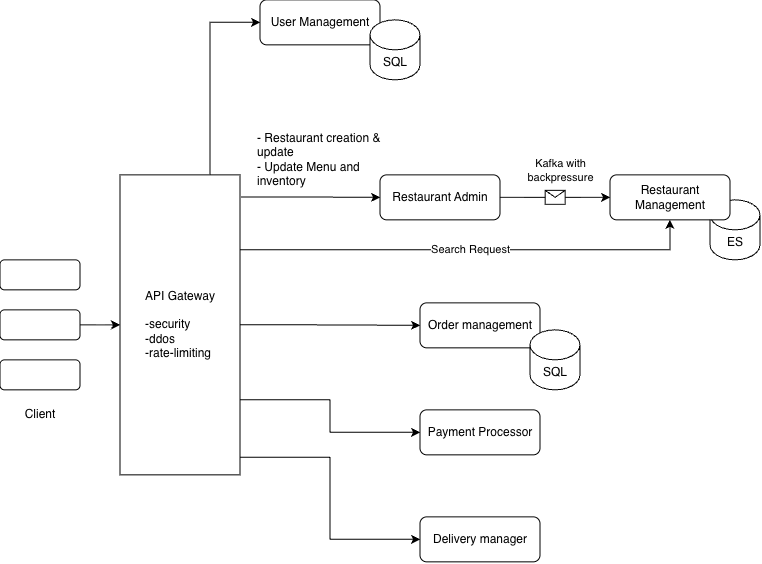
Before: HLD-drawings/swiggy.drawio.png, a diagram exported from draw.io (harirehm/draw.io). Source tidied: cells renumbered, new cells last; positions are measured from the earlier drawing's top-left corner, leaving out a move shared by most shapes.
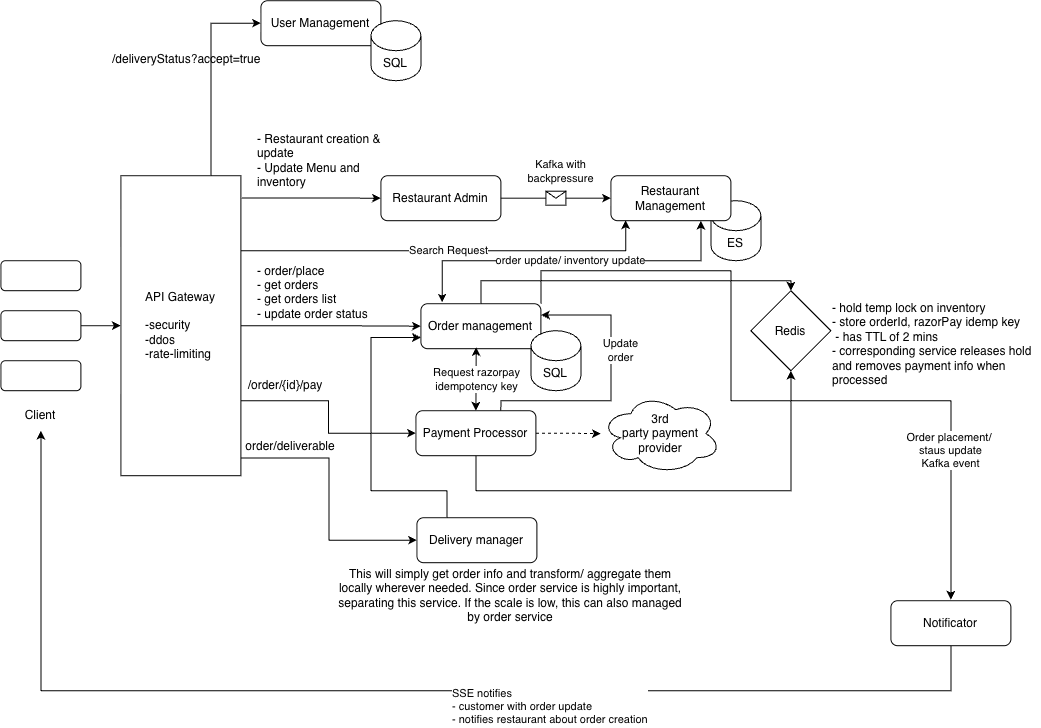
After the change.

Change to the diagram source:
```diff
@@ -32,7 +32,7 @@
     <mxCell id="11" style="edgeStyle=orthogonalEdgeStyle;rounded=0;jettySize=auto;html=1;exitX=0.75;exitY=0;exitDx=0;exitDy=0;entryX=0;entryY=0.5;entryDx=0;entryDy=0;" parent="1" edge="1" source="13" target="21">
       <mxGeometry relative="1" as="geometry" />
     </mxCell>
-    <mxCell id="12" value="Search Request" style="edgeStyle=orthogonalEdgeStyle;rounded=0;jettySize=auto;html=1;exitX=1;exitY=0.25;exitDx=0;exitDy=0;entryX=0.5;entryY=1;entryDx=0;entryDy=0;" parent="1" edge="1" source="13" target="23">
+    <mxCell id="12" value="Search Request" style="edgeStyle=orthogonalEdgeStyle;rounded=0;jettySize=auto;html=1;exitX=1;exitY=0.25;exitDx=0;exitDy=0;entryX=0.124;entryY=0.989;entryDx=0;entryDy=0;entryPerimeter=0;" parent="1" edge="1" source="13" target="23">
       <mxGeometry relative="1" as="geometry" />
     </mxCell>
     <mxCell id="13" value="API Gateway&lt;div&gt;&lt;br&gt;&lt;/div&gt;&lt;div style=&quot;text-align: left;&quot;&gt;-security&lt;/div&gt;&lt;div style=&quot;text-align: left;&quot;&gt;-ddos&lt;/div&gt;&lt;div style=&quot;text-align: left;&quot;&gt;-rate-limiting&lt;/div&gt;" style="rounded=0;whiteSpace=wrap;html=1;" parent="1" vertex="1">
@@ -47,14 +47,59 @@
     <mxCell id="16" value="- Restaurant creation &amp;amp;&amp;nbsp;&lt;br&gt;update&lt;div&gt;- Update Menu and inventory&lt;/div&gt;" style="text;html=1;whiteSpace=wrap;strokeColor=none;fillColor=none;align=left;verticalAlign=top;rounded=0;" parent="1" vertex="1">
       <mxGeometry x="255" y="125" width="150" height="75" as="geometry" />
     </mxCell>
+    <mxCell id="26" style="edgeStyle=orthogonalEdgeStyle;rounded=0;jettySize=auto;html=1;exitX=0.5;exitY=0;exitDx=0;exitDy=0;entryX=0.5;entryY=0;entryDx=0;entryDy=0;" parent="1" edge="1" source="17" target="36">
+      <mxGeometry relative="1" as="geometry">
+        <Array as="points">
+          <mxPoint x="480" y="280.1" />
+          <mxPoint x="790" y="280.1" />
+        </Array>
+      </mxGeometry>
+    </mxCell>
+    <mxCell id="27" value="order update/ inventory update" style="edgeStyle=orthogonalEdgeStyle;rounded=0;jettySize=auto;html=1;exitX=0.177;exitY=-0.025;exitDx=0;exitDy=0;entryX=0.75;entryY=1;entryDx=0;entryDy=0;startArrow=classic;startFill=1;exitPerimeter=0;" parent="1" edge="1" source="17" target="23">
+      <mxGeometry relative="1" as="geometry">
+        <Array as="points">
+          <mxPoint x="441.2" y="260.1" />
+          <mxPoint x="700" y="260.1" />
+        </Array>
+      </mxGeometry>
+    </mxCell>
     <mxCell id="17" value="Order management" style="rounded=1;whiteSpace=wrap;html=1;" parent="1" vertex="1">
       <mxGeometry x="420" y="303" width="120" height="45" as="geometry" />
     </mxCell>
+    <mxCell id="28" style="edgeStyle=orthogonalEdgeStyle;rounded=0;jettySize=auto;html=1;dashed=1;" parent="1" edge="1" source="18" target="33">
+      <mxGeometry relative="1" as="geometry" />
+    </mxCell>
+    <mxCell id="29" value="Update&lt;br&gt;order" style="edgeStyle=orthogonalEdgeStyle;rounded=0;jettySize=auto;html=1;exitX=0.708;exitY=0;exitDx=0;exitDy=0;entryX=1;entryY=0.25;entryDx=0;entryDy=0;exitPerimeter=0;" parent="1" edge="1" source="18" target="17">
+      <mxGeometry x="0.23" y="-10" relative="1" as="geometry">
+        <Array as="points">
+          <mxPoint x="500" y="400" />
+          <mxPoint x="610" y="400" />
+          <mxPoint x="610" y="314.3" />
+        </Array>
+      </mxGeometry>
+    </mxCell>
+    <mxCell id="30" style="edgeStyle=orthogonalEdgeStyle;rounded=0;jettySize=auto;html=1;exitX=0.5;exitY=1;exitDx=0;exitDy=0;entryX=0.5;entryY=1;entryDx=0;entryDy=0;" parent="1" edge="1" source="18" target="36">
+      <mxGeometry relative="1" as="geometry">
+        <Array as="points">
+          <mxPoint x="475" y="490" />
+          <mxPoint x="790" y="490" />
+        </Array>
+      </mxGeometry>
+    </mxCell>
     <mxCell id="18" value="Payment Processor" style="rounded=1;whiteSpace=wrap;html=1;" parent="1" vertex="1">
-      <mxGeometry x="420" y="410" width="120" height="45" as="geometry" />
+      <mxGeometry x="415" y="410" width="120" height="45" as="geometry" />
     </mxCell>
+    <mxCell id="31" style="edgeStyle=orthogonalEdgeStyle;rounded=0;jettySize=auto;html=1;exitX=0.25;exitY=0;exitDx=0;exitDy=0;entryX=0;entryY=0.75;entryDx=0;entryDy=0;" parent="1" edge="1" source="19" target="17">
+      <mxGeometry relative="1" as="geometry">
+        <Array as="points">
+          <mxPoint x="446" y="490" />
+          <mxPoint x="370" y="490" />
+          <mxPoint x="370" y="336.8" />
+        </Array>
+      </mxGeometry>
+    </mxCell>
     <mxCell id="19" value="Delivery manager" style="rounded=1;whiteSpace=wrap;html=1;" parent="1" vertex="1">
-      <mxGeometry x="420" y="517" width="120" height="45" as="geometry" />
+      <mxGeometry x="416" y="517" width="120" height="45" as="geometry" />
     </mxCell>
     <mxCell id="20" value="SQL" style="shape=cylinder3;whiteSpace=wrap;html=1;boundedLbl=1;backgroundOutline=1;size=15;" parent="1" vertex="1">
       <mxGeometry x="530" y="330" width="50" height="60" as="geometry" />
@@ -78,5 +123,54 @@
         <mxPoint x="-10" y="-7" as="offset" />
       </mxGeometry>
     </mxCell>
+    <mxCell id="32" value="Request razorpay&lt;div&gt;idempotency key&lt;/div&gt;" style="endArrow=classic;startArrow=classic;html=1;rounded=0;entryX=0.461;entryY=0.965;entryDx=0;entryDy=0;entryPerimeter=0;exitX=0.5;exitY=0;exitDx=0;exitDy=0;" parent="1" edge="1" source="18" target="17">
+      <mxGeometry relative="1" as="geometry" />
+    </mxCell>
+    <mxCell id="33" value="3rd&lt;div&gt;party payment&lt;/div&gt;&lt;div&gt;provider&lt;/div&gt;" style="ellipse;shape=cloud;whiteSpace=wrap;html=1;" parent="1" vertex="1">
+      <mxGeometry x="600" y="393" width="120" height="80" as="geometry" />
+    </mxCell>
+    <mxCell id="34" value="- order/place&lt;div&gt;- get orders&lt;/div&gt;&lt;div&gt;- get orders list&lt;/div&gt;&lt;div&gt;- update order status&lt;/div&gt;&lt;div&gt;&lt;br&gt;&lt;/div&gt;" style="text;html=1;whiteSpace=wrap;strokeColor=none;fillColor=none;align=left;verticalAlign=middle;rounded=0;" parent="1" vertex="1">
+      <mxGeometry x="255" y="280" width="120" height="37" as="geometry" />
+    </mxCell>
+    <mxCell id="35" value="/order/{id}/pay" style="text;html=1;whiteSpace=wrap;strokeColor=none;fillColor=none;align=center;verticalAlign=middle;rounded=0;" parent="1" vertex="1">
+      <mxGeometry x="255" y="370" width="60" height="30" as="geometry" />
+    </mxCell>
+    <mxCell id="36" value="Redis" style="rhombus;whiteSpace=wrap;html=1;shapeInside=1;" parent="1" vertex="1">
+      <mxGeometry x="750" y="290" width="80" height="80" as="geometry" />
+    </mxCell>
+    <mxCell id="37" value="- hold temp lock on inventory&lt;div&gt;- store orderId, razorPay idemp key&lt;/div&gt;&lt;div&gt;&amp;nbsp;- has TTL of 2 mins&lt;/div&gt;&lt;div&gt;- corresponding service releases hold and removes payment info when processed&lt;/div&gt;" style="text;html=1;whiteSpace=wrap;strokeColor=none;fillColor=none;align=left;verticalAlign=top;rounded=0;" parent="1" vertex="1">
+      <mxGeometry x="830" y="293.5" width="210" height="106.5" as="geometry" />
+    </mxCell>
+    <mxCell id="38" value="&lt;div style=&quot;&quot;&gt;&lt;span style=&quot;font-family: Aptos, sans-serif; background-color: transparent; color: light-dark(rgb(0, 0, 0), rgb(255, 255, 255));&quot;&gt;/deliveryStatus?accept=true&lt;/span&gt;&lt;/div&gt;&lt;div style=&quot;&quot;&gt;&lt;br&gt;&lt;/div&gt;&lt;span style=&quot;font-size: medium;&quot;&gt;&lt;/span&gt;" style="text;html=1;whiteSpace=wrap;strokeColor=none;fillColor=none;align=left;verticalAlign=top;rounded=0;" parent="1" vertex="1">
+      <mxGeometry x="110" y="45" width="210" height="37" as="geometry" />
+    </mxCell>
+    <mxCell id="39" value="&lt;span lang=&quot;EN-US&quot; style=&quot;text-align: start; line-height: 18.4px; font-family: Aptos, sans-serif;&quot;&gt;&lt;font&gt;order/deliverable&lt;/font&gt;&lt;/span&gt;&lt;span style=&quot;font-size: medium; text-align: start;&quot;&gt;&lt;/span&gt;" style="text;html=1;whiteSpace=wrap;strokeColor=none;fillColor=none;align=center;verticalAlign=middle;rounded=0;" parent="1" vertex="1">
+      <mxGeometry x="260" y="430" width="60" height="30" as="geometry" />
+    </mxCell>
+    <mxCell id="40" value="This will simply get order info and transform/ aggregate them locally wherever needed. Since order service is highly important, separating this service. If the scale is low, this can also managed by order service" style="text;html=1;whiteSpace=wrap;strokeColor=none;fillColor=none;align=center;verticalAlign=middle;rounded=0;" parent="1" vertex="1">
+      <mxGeometry x="330" y="580" width="360" height="30" as="geometry" />
+    </mxCell>
+    <mxCell id="41" value="SSE notifies&amp;nbsp;&lt;div&gt;- customer with order update&lt;/div&gt;&lt;div style=&quot;&quot;&gt;- notifies restaurant about order creation&lt;/div&gt;" style="edgeStyle=orthogonalEdgeStyle;rounded=0;jettySize=auto;html=1;exitX=0.5;exitY=1;exitDx=0;exitDy=0;entryX=0.5;entryY=1;entryDx=0;entryDy=0;align=left;verticalAlign=top;" parent="1" edge="1" source="42" target="6">
+      <mxGeometry x="-0.1" y="-10" relative="1" as="geometry">
+        <Array as="points">
+          <mxPoint x="950" y="690" />
+          <mxPoint x="40" y="690" />
+        </Array>
+      </mxGeometry>
+    </mxCell>
+    <mxCell id="42" value="Notificator" style="rounded=1;whiteSpace=wrap;html=1;" parent="1" vertex="1">
+      <mxGeometry x="890" y="600" width="120" height="45" as="geometry" />
+    </mxCell>
+    <mxCell id="43" value="Order placement/&amp;nbsp;&lt;div&gt;staus update&lt;/div&gt;&lt;div&gt;Kafka event&lt;/div&gt;" style="edgeStyle=orthogonalEdgeStyle;rounded=0;jettySize=auto;html=1;exitX=1;exitY=0;exitDx=0;exitDy=0;" parent="1" edge="1" source="17">
+      <mxGeometry x="0.61" relative="1" as="geometry">
+        <mxPoint x="950" y="599" as="targetPoint" />
+        <Array as="points">
+          <mxPoint x="540" y="270.1" />
+          <mxPoint x="730" y="270.1" />
+          <mxPoint x="730" y="400.1" />
+          <mxPoint x="950" y="400.1" />
+        </Array>
+      </mxGeometry>
+    </mxCell>
   </root>
 </mxGraphModel>
```
